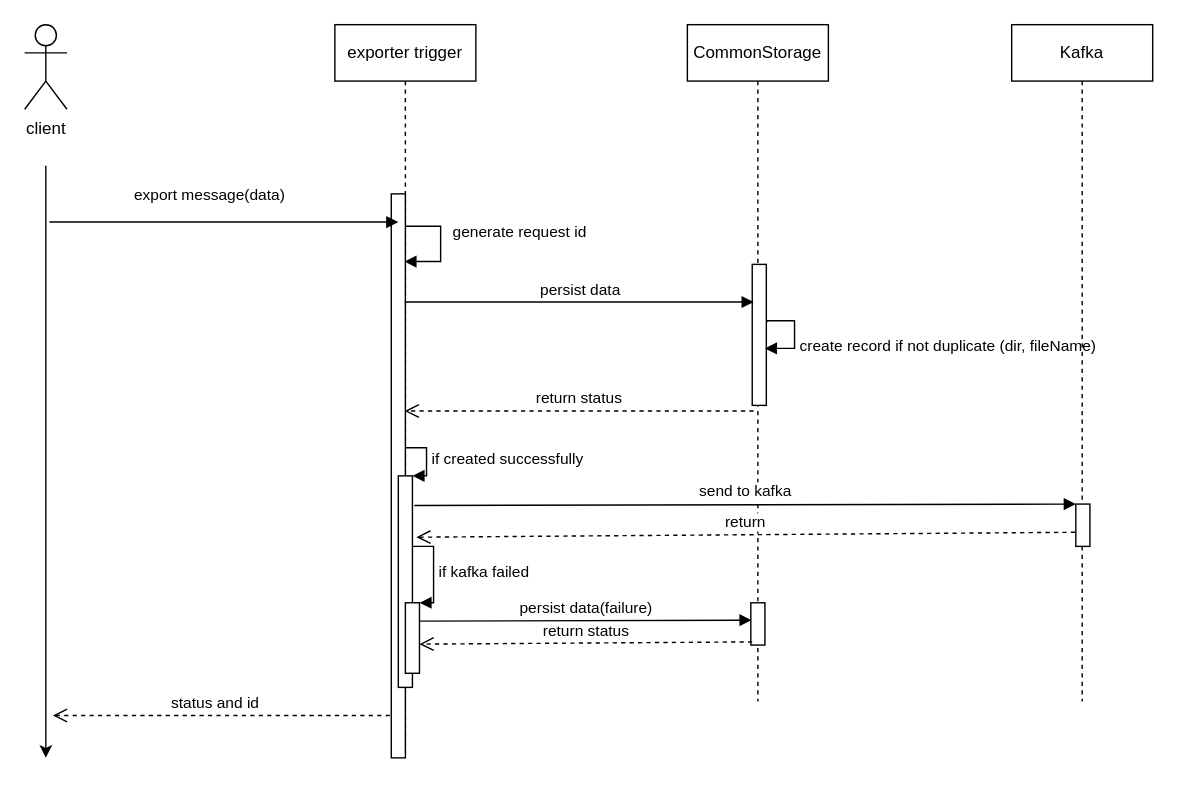
The draw.io diagram page "Export Request Flow" (1 of 2) of design/Exporter Trigger UML.drawio in MapColonies/exporter-trigger-deprecated, before the edit. Source tidied: cells renumbered, new cells numbered last; positions are measured from the earlier drawing's top-left corner, leaving out a move shared by most shapes. Both pictures are drawn from the tidied source at 141%, with x=0, y=0 at pixel (24, 24).
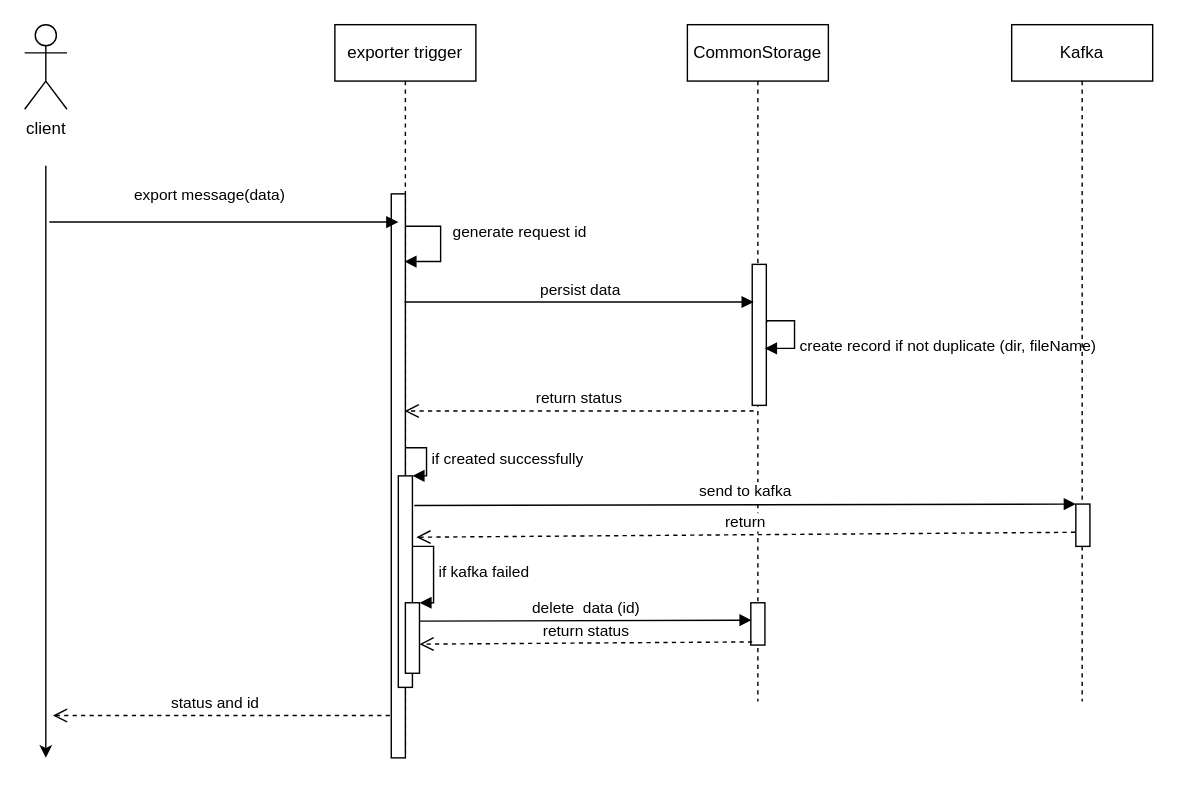
The same diagram, later.

Commit message:
docs: update design uml (#92)

Unchanged cells that the change refers to:
```xml
<mxCell id="20" style="html=1;points=[];perimeter=orthogonalPerimeter;" parent="1" vertex="1">
  <mxGeometry x="515" y="410" width="10" height="30" as="geometry" />
</mxCell>
<mxCell id="23" style="html=1;points=[];perimeter=orthogonalPerimeter;" parent="1" vertex="1">
  <mxGeometry x="270" y="410" width="10" height="50" as="geometry" />
</mxCell>
```

Diff of the diagram source:
```diff
@@
-    <mxCell id="22" value="persist data(failure)" style="html=1;verticalAlign=bottom;endArrow=block;entryX=0.05;entryY=0.411;exitX=1;exitY=0.26;exitDx=0;exitDy=0;exitPerimeter=0;entryDx=0;entryDy=0;entryPerimeter=0;" parent="1" edge="1" source="23" target="20">
+    <mxCell id="22" value="delete&amp;nbsp; data (id)" style="html=1;verticalAlign=bottom;endArrow=block;entryX=0.05;entryY=0.411;exitX=1;exitY=0.26;exitDx=0;exitDy=0;exitPerimeter=0;entryDx=0;entryDy=0;entryPerimeter=0;" parent="1" edge="1" source="23" target="20">
       <mxGeometry relative="1" as="geometry" />
     </mxCell>
```
